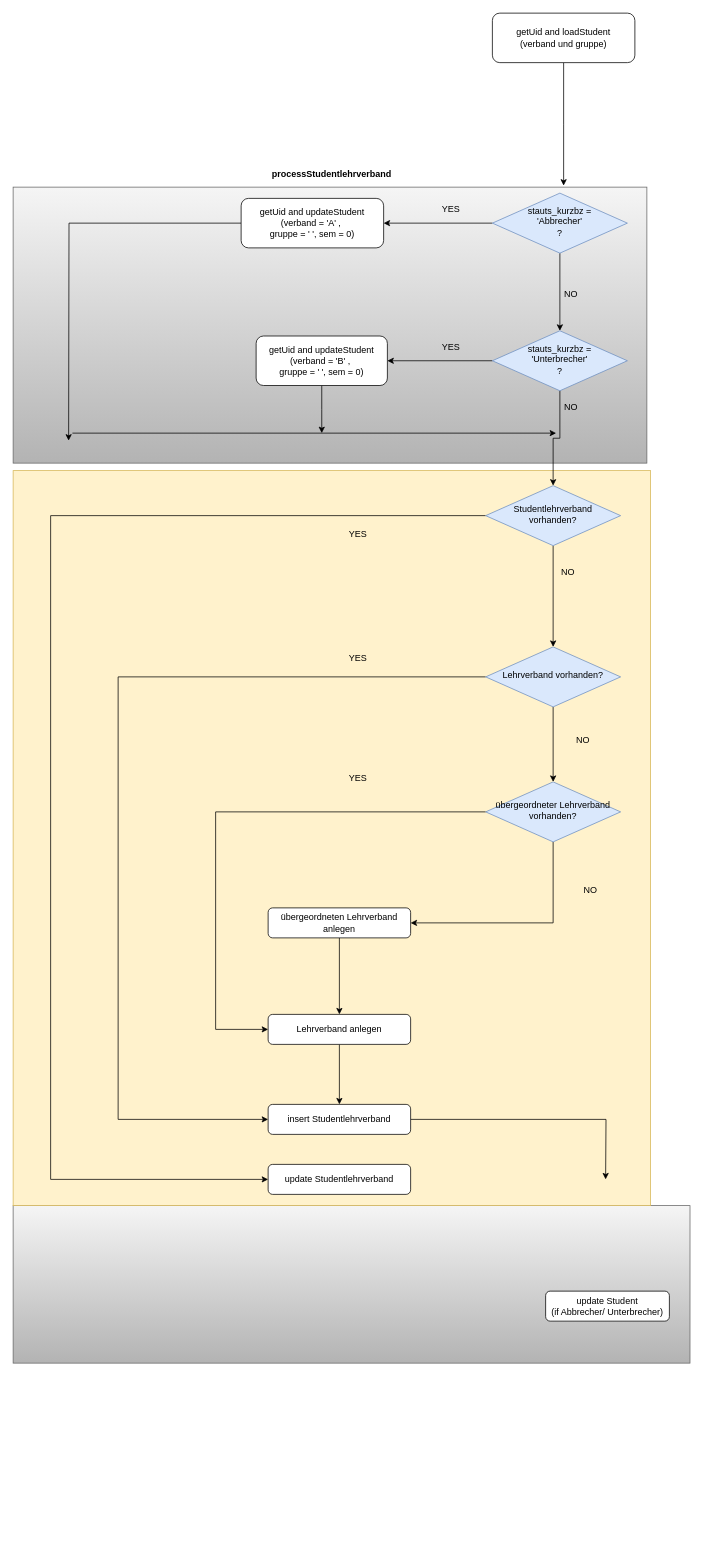
Earlier version of the draw.io diagram page "processStudentlehrverband" (8 of 8) of StudentRollen.drawio (ma0068/GitDoks). Source tidied: cells renumbered, new cells numbered last; positions are measured from the earlier drawing's top-left corner, leaving out a move shared by most shapes. Both pictures are drawn from the tidied source at 75%, with x=0, y=0 at pixel (13, 13).
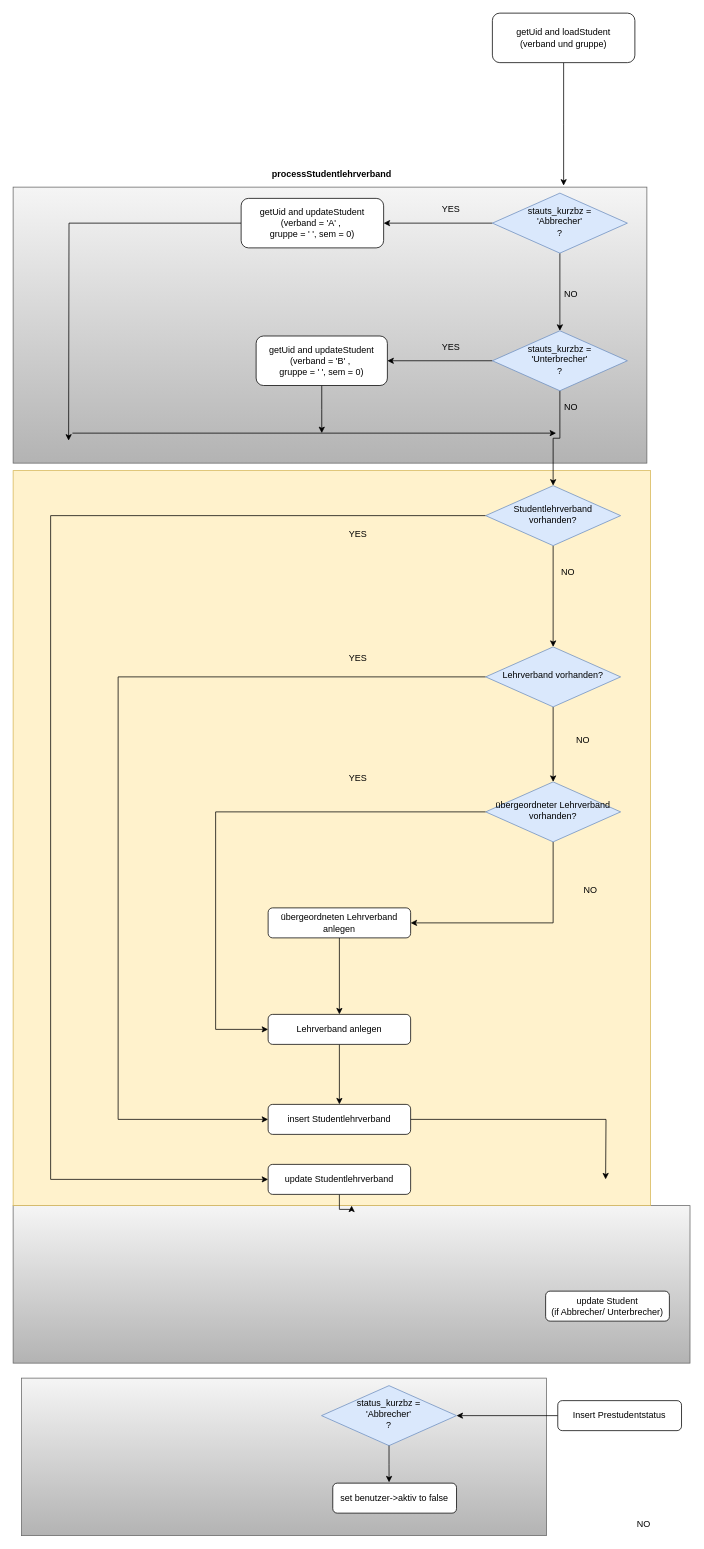
The same diagram, later.

The change refers to these unchanged cells:
```xml
<mxCell id="2" style="rounded=0;whiteSpace=wrap;html=1;fillColor=#f5f5f5;strokeColor=#666666;gradientColor=#b3b3b3;" parent="1" vertex="1">
  <mxGeometry y="1590" width="902.5" height="210" as="geometry" />
</mxCell>
<mxCell id="18" value="update Studentlehrverband" style="rounded=1;whiteSpace=wrap;html=1;fontSize=12;glass=0;strokeWidth=1;shadow=0;" parent="1" vertex="1">
  <mxGeometry x="340" y="1535" width="190" height="40" as="geometry" />
</mxCell>
```

The edit, as a diff of the source:
```diff
@@
+    <mxCell id="46" style="edgeStyle=orthogonalEdgeStyle;rounded=0;jettySize=auto;html=1;" parent="1" edge="1" source="18" target="2">
+      <mxGeometry relative="1" as="geometry" />
+    </mxCell>
@@
+    <mxCell id="47" style="rounded=0;whiteSpace=wrap;html=1;fillColor=#f5f5f5;strokeColor=#666666;gradientColor=#b3b3b3;" parent="1" vertex="1">
+      <mxGeometry x="11.2" y="1820" width="700" height="210" as="geometry" />
+    </mxCell>
+    <mxCell id="48" value="set benutzer-&amp;gt;aktiv to false" style="rounded=1;whiteSpace=wrap;html=1;fontSize=12;glass=0;strokeWidth=1;shadow=0;" parent="1" vertex="1">
+      <mxGeometry x="426.2" y="1960" width="165" height="40" as="geometry" />
+    </mxCell>
+    <mxCell id="49" style="edgeStyle=orthogonalEdgeStyle;rounded=0;jettySize=auto;html=1;" parent="1" edge="1" source="50" target="51">
+      <mxGeometry relative="1" as="geometry" />
+    </mxCell>
+    <mxCell id="50" value="Insert Prestudentstatus" style="rounded=1;whiteSpace=wrap;html=1;fontSize=12;glass=0;strokeWidth=1;shadow=0;" parent="1" vertex="1">
+      <mxGeometry x="726.2" y="1850" width="165" height="40" as="geometry" />
+    </mxCell>
+    <mxCell id="51" value="&lt;div&gt;status_kurzbz =&lt;/div&gt;&lt;div&gt;'Abbrecher'&lt;/div&gt;&lt;div&gt;?&lt;br&gt;&lt;/div&gt;" style="rhombus;whiteSpace=wrap;html=1;shadow=0;fontFamily=Helvetica;fontSize=12;align=center;strokeWidth=1;spacing=6;spacingTop=-4;fillColor=#dae8fc;strokeColor=#6c8ebf;" parent="1" vertex="1">
+      <mxGeometry x="411.2" y="1830" width="180" height="80" as="geometry" />
+    </mxCell>
+    <mxCell id="52" value="NO" style="text;html=1;align=center;verticalAlign=middle;whiteSpace=wrap;rounded=0;" parent="1" vertex="1">
+      <mxGeometry x="811.2" y="2000" width="60" height="30" as="geometry" />
+    </mxCell>
+    <mxCell id="53" style="edgeStyle=orthogonalEdgeStyle;rounded=0;jettySize=auto;html=1;entryX=0.455;entryY=-0.025;entryDx=0;entryDy=0;entryPerimeter=0;" parent="1" edge="1" source="51" target="48">
+      <mxGeometry relative="1" as="geometry" />
+    </mxCell>
```
